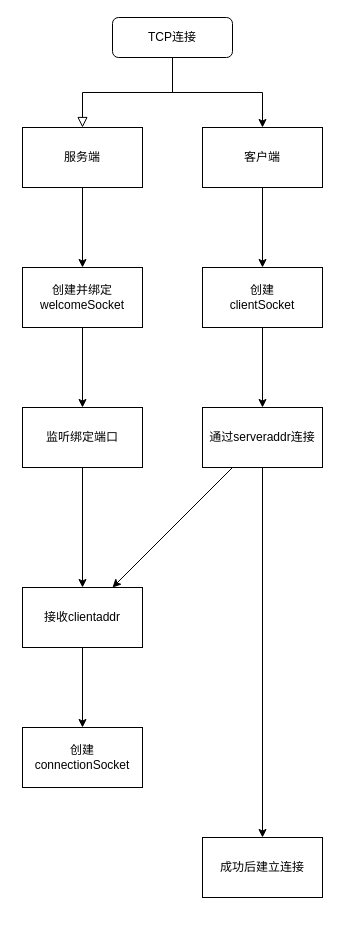
The draw.io diagram 未命名绘图.drawio in TransistorCat/data, before the edit. Source tidied: cells renumbered, new cells numbered last; positions are measured from the earlier drawing's top-left corner, leaving out a move shared by most shapes. Both pictures are drawn from the tidied source at 100%, with x=0, y=0 at pixel (22, 17).
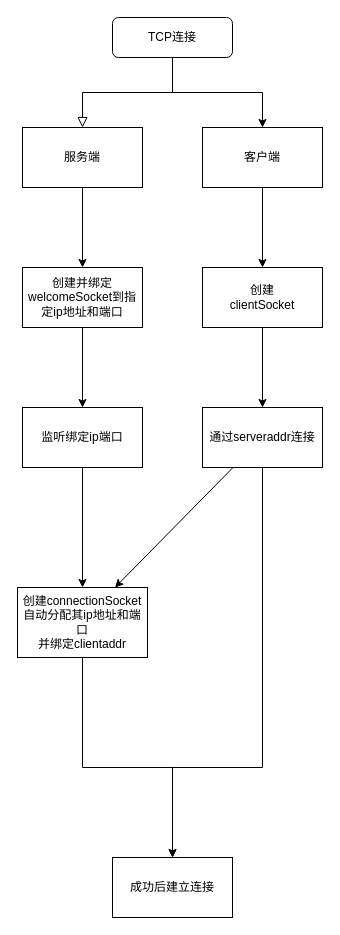
After the change.

Commit message:
更新未命名绘图.drawio

The change refers to these unchanged cells:
```xml
<mxCell id="15" value="通过serveraddr连接" style="rounded=0;whiteSpace=wrap;html=1;" parent="1" vertex="1">
  <mxGeometry x="180" y="390" width="120" height="60" as="geometry" />
</mxCell>
```

Change to the diagram source:
```diff
@@
-    <mxCell id="10" value="&lt;div&gt;创建并绑定&lt;/div&gt;&lt;div&gt;welcomeSocket&lt;/div&gt;" style="rounded=0;whiteSpace=wrap;html=1;" parent="1" vertex="1">
+    <mxCell id="10" value="&lt;div&gt;创建并绑定&lt;/div&gt;&lt;div&gt;welcomeSocket到指定ip地址和端口&lt;/div&gt;" style="rounded=0;whiteSpace=wrap;html=1;" parent="1" vertex="1">
       <mxGeometry y="250" width="120" height="60" as="geometry" />
     </mxCell>
@@
     <mxCell id="13" style="edgeStyle=orthogonalEdgeStyle;rounded=0;jettySize=auto;html=1;" parent="1" edge="1" source="15" target="16">
-      <mxGeometry relative="1" as="geometry" />
+      <mxGeometry relative="1" as="geometry">
+        <Array as="points">
+          <mxPoint x="240" y="750" />
+          <mxPoint x="150" y="750" />
+        </Array>
+      </mxGeometry>
     </mxCell>
@@
     <mxCell id="16" value="成功后建立连接" style="rounded=0;whiteSpace=wrap;html=1;" parent="1" vertex="1">
-      <mxGeometry x="180" y="820" width="120" height="60" as="geometry" />
+      <mxGeometry x="90" y="840" width="120" height="60" as="geometry" />
     </mxCell>
@@
-    <mxCell id="18" value="监听绑定端口" style="rounded=0;whiteSpace=wrap;html=1;" parent="1" vertex="1">
+    <mxCell id="18" value="监听绑定ip端口" style="rounded=0;whiteSpace=wrap;html=1;" parent="1" vertex="1">
       <mxGeometry y="390" width="120" height="60" as="geometry" />
     </mxCell>
-    <mxCell id="19" style="edgeStyle=none;rounded=0;jettySize=auto;html=1;" parent="1" edge="1" source="20" target="21">
-      <mxGeometry relative="1" as="geometry" />
-    </mxCell>
+    <mxCell id="22" style="edgeStyle=orthogonalEdgeStyle;shape=connector;rounded=0;jettySize=auto;html=1;labelBackgroundColor=default;strokeColor=default;fontFamily=Helvetica;fontSize=11;fontColor=default;endArrow=classic;entryX=0.5;entryY=0;entryDx=0;entryDy=0;" parent="1" edge="1" source="20" target="16">
+      <mxGeometry relative="1" as="geometry">
+        <Array as="points">
+          <mxPoint x="60" y="750" />
+          <mxPoint x="150" y="750" />
+        </Array>
+      </mxGeometry>
+    </mxCell>
-    <mxCell id="20" value="接收clientaddr" style="rounded=0;whiteSpace=wrap;html=1;" parent="1" vertex="1">
-      <mxGeometry y="570" width="120" height="60" as="geometry" />
+    <mxCell id="20" value="&lt;div&gt;创建connectionSocket&lt;/div&gt;&lt;div&gt;自动分配其ip地址和端口&lt;br&gt;&lt;/div&gt;&lt;div&gt;并绑定clientaddr&lt;/div&gt;" style="rounded=0;whiteSpace=wrap;html=1;" parent="1" vertex="1">
+      <mxGeometry x="-5" y="570" width="130" height="70" as="geometry" />
     </mxCell>
-    <mxCell id="21" value="创建connectionSocket" style="rounded=0;whiteSpace=wrap;html=1;" parent="1" vertex="1">
-      <mxGeometry y="710" width="120" height="60" as="geometry" />
-    </mxCell>
```
